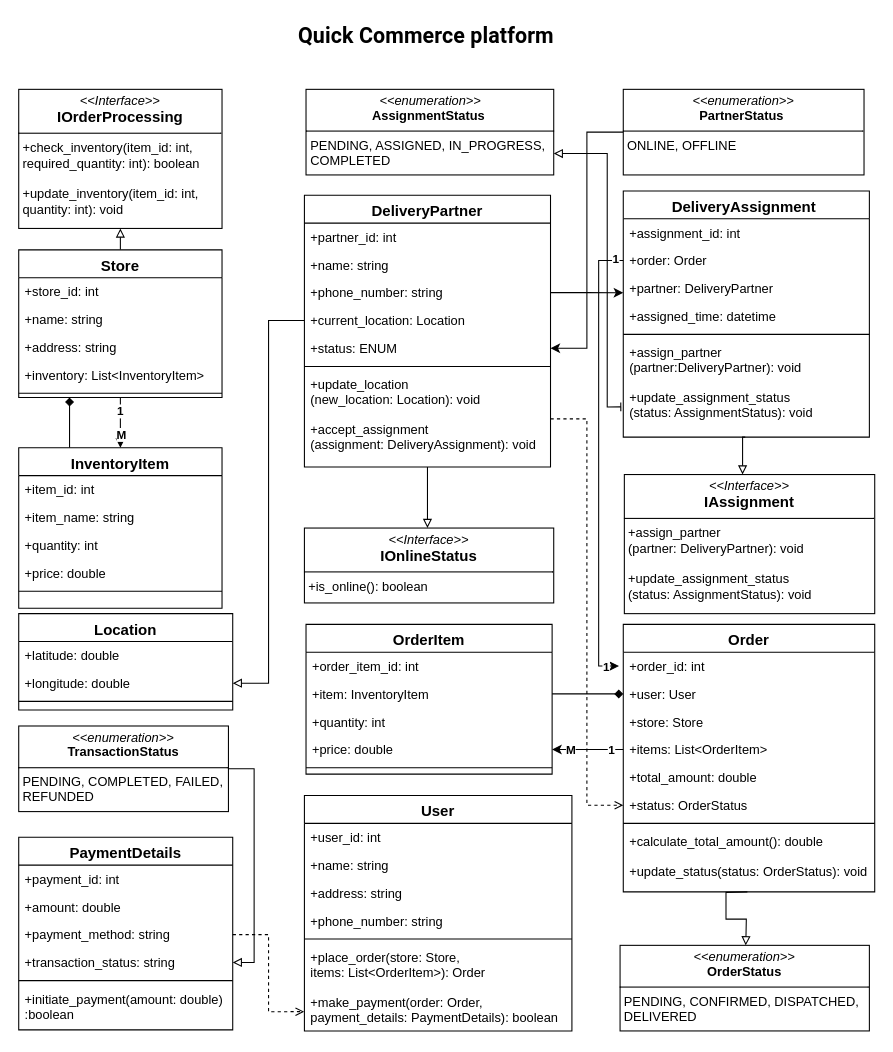
Before: Quick Commerce platform Class Diagram.drawio in geeky-sanjay/class-diagrams, a draw.io diagram. Source tidied: cells renumbered, new cells numbered last; positions are measured from the earlier drawing's top-left corner, leaving out a move shared by most shapes. Both pictures are drawn from the tidied source at 107%, with x=0, y=0 at pixel (18, 18).
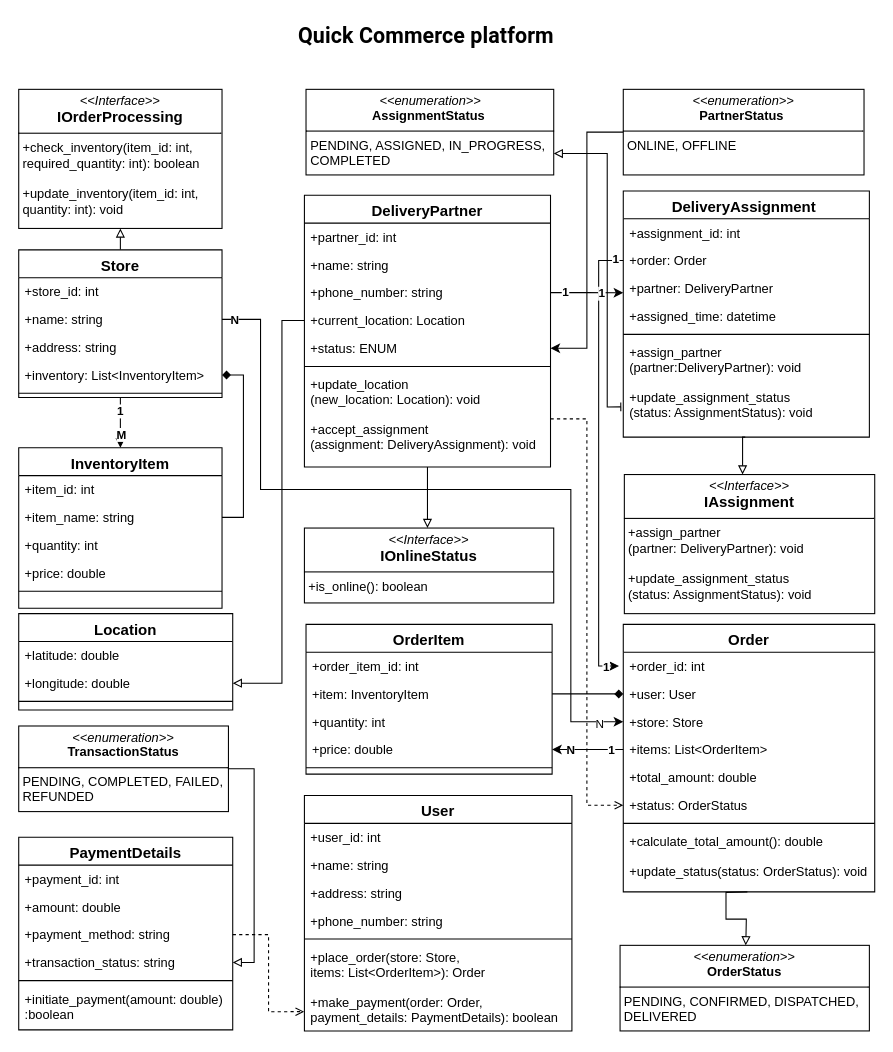
After the change.

Unchanged cells that the change refers to:
```xml
<mxCell id="6" value="Store " style="swimlane;fontStyle=1;align=center;verticalAlign=top;horizontal=1;startSize=26;rounded=0;shadow=0;strokeWidth=1;fontSize=14;" parent="1" vertex="1">
  <mxGeometry y="216" width="190" height="138" as="geometry" />
</mxCell>
<mxCell id="8" value="+name: string" style="text;align=left;verticalAlign=top;spacingLeft=4;spacingRight=4;overflow=hidden;points=[[0,0.5],[1,0.5]];portConstraint=eastwest;rounded=0;shadow=0;html=0;" parent="6" vertex="1">
  <mxGeometry y="52" width="190" height="26" as="geometry" />
</mxCell>
<mxCell id="10" value="+inventory: List&lt;InventoryItem&gt;" style="text;align=left;verticalAlign=top;spacingLeft=4;spacingRight=4;overflow=hidden;points=[[0,0.5],[1,0.5]];portConstraint=eastwest;rounded=0;shadow=0;html=0;" parent="6" vertex="1">
  <mxGeometry y="104" width="190" height="26" as="geometry" />
</mxCell>
<mxCell id="13" value="InventoryItem " style="swimlane;fontStyle=1;align=center;verticalAlign=top;horizontal=1;startSize=26;rounded=0;shadow=0;strokeWidth=1;fontSize=14;" parent="1" vertex="1">
  <mxGeometry y="401" width="190" height="150" as="geometry" />
</mxCell>
<mxCell id="15" value="+item_name: string" style="text;align=left;verticalAlign=top;spacingLeft=4;spacingRight=4;overflow=hidden;points=[[0,0.5],[1,0.5]];portConstraint=eastwest;rounded=0;shadow=0;html=0;" parent="13" vertex="1">
  <mxGeometry y="52" width="190" height="26" as="geometry" />
</mxCell>
<mxCell id="24" style="edgeStyle=orthogonalEdgeStyle;rounded=0;jettySize=auto;html=1;exitX=1;exitY=0.5;exitDx=0;exitDy=0;" parent="21" edge="1" source="25">
  <mxGeometry relative="1" as="geometry">
    <mxPoint x="298" y="91.2" as="targetPoint" />
  </mxGeometry>
</mxCell>
<mxCell id="26" value="+current_location: Location" style="text;align=left;verticalAlign=top;spacingLeft=4;spacingRight=4;overflow=hidden;points=[[0,0.5],[1,0.5]];portConstraint=eastwest;rounded=0;shadow=0;html=0;" parent="21" vertex="1">
  <mxGeometry y="104" width="230" height="26" as="geometry" />
</mxCell>
<mxCell id="43" value="+store: Store" style="text;align=left;verticalAlign=top;spacingLeft=4;spacingRight=4;overflow=hidden;points=[[0,0.5],[1,0.5]];portConstraint=eastwest;rounded=0;shadow=0;html=0;" parent="40" vertex="1">
  <mxGeometry y="78" width="235" height="26" as="geometry" />
</mxCell>
<mxCell id="64" value="+longitude: double" style="text;align=left;verticalAlign=top;spacingLeft=4;spacingRight=4;overflow=hidden;points=[[0,0.5],[1,0.5]];portConstraint=eastwest;rounded=0;shadow=0;html=0;" parent="62" vertex="1">
  <mxGeometry y="52" width="200" height="26" as="geometry" />
</mxCell>
<mxCell id="77" style="edgeStyle=orthogonalEdgeStyle;rounded=0;jettySize=auto;html=1;exitX=0;exitY=0.5;exitDx=0;exitDy=0;entryX=1;entryY=0.5;entryDx=0;entryDy=0;" parent="1" edge="1" source="44" target="53">
  <mxGeometry relative="1" as="geometry" />
</mxCell>
<mxCell id="86" style="edgeStyle=orthogonalEdgeStyle;rounded=0;jettySize=auto;html=1;exitX=0;exitY=0.5;exitDx=0;exitDy=0;entryX=0;entryY=0.5;entryDx=0;entryDy=0;" parent="1" edge="1" source="33">
  <mxGeometry relative="1" as="geometry">
    <mxPoint x="561" y="605" as="targetPoint" />
    <Array as="points">
      <mxPoint x="542" y="226" />
      <mxPoint x="542" y="605" />
    </Array>
  </mxGeometry>
</mxCell>
```

Change to the diagram source:
```diff
@@
-    <mxCell id="12" style="edgeStyle=orthogonalEdgeStyle;rounded=0;jettySize=auto;html=1;exitX=0.25;exitY=0;exitDx=0;exitDy=0;endArrow=diamond;endFill=1;entryX=0.25;entryY=1;entryDx=0;entryDy=0;" parent="1" edge="1" source="13" target="6">
-      <mxGeometry relative="1" as="geometry" />
-    </mxCell>
@@
+    <mxCell id="92" value="&lt;b&gt;1&lt;/b&gt;" style="edgeLabel;html=1;align=center;verticalAlign=middle;" parent="24" vertex="1">
+      <mxGeometry x="-0.59" y="1" relative="1" as="geometry">
+        <mxPoint x="-1" as="offset" />
+      </mxGeometry>
+    </mxCell>
@@
-    <mxCell id="79" value="M" style="edgeLabel;html=1;align=center;verticalAlign=middle;fontStyle=1;" parent="77" vertex="1">
+    <mxCell id="79" value="N" style="edgeLabel;html=1;align=center;verticalAlign=middle;fontStyle=1;" parent="77" vertex="1">
       <mxGeometry x="0.5" relative="1" as="geometry" />
     </mxCell>
@@
     <mxCell id="85" style="edgeStyle=orthogonalEdgeStyle;rounded=0;jettySize=auto;html=1;exitX=0;exitY=0.5;exitDx=0;exitDy=0;entryX=1;entryY=0.5;entryDx=0;entryDy=0;endArrow=block;endFill=0;" parent="1" edge="1" source="26" target="64">
-      <mxGeometry relative="1" as="geometry" />
+      <mxGeometry relative="1" as="geometry">
+        <Array as="points">
+          <mxPoint x="246" y="282" />
+          <mxPoint x="246" y="621" />
+        </Array>
+      </mxGeometry>
     </mxCell>
@@
+    <mxCell id="93" value="&lt;b&gt;1&lt;/b&gt;" style="edgeLabel;html=1;align=center;verticalAlign=middle;" parent="86" vertex="1">
+      <mxGeometry x="-0.75" y="2" relative="1" as="geometry" />
+    </mxCell>
@@
+    <mxCell id="94" style="edgeStyle=orthogonalEdgeStyle;rounded=0;jettySize=auto;html=1;exitX=1;exitY=0.5;exitDx=0;exitDy=0;entryX=1;entryY=0.5;entryDx=0;entryDy=0;endArrow=diamond;endFill=1;" parent="1" edge="1" source="15" target="10">
+      <mxGeometry relative="1" as="geometry" />
+    </mxCell>
+    <mxCell id="95" style="edgeStyle=orthogonalEdgeStyle;rounded=0;jettySize=auto;html=1;exitX=1;exitY=0.5;exitDx=0;exitDy=0;entryX=0;entryY=0.5;entryDx=0;entryDy=0;" parent="1" edge="1" source="8" target="43">
+      <mxGeometry relative="1" as="geometry">
+        <Array as="points">
+          <mxPoint x="226" y="281" />
+          <mxPoint x="226" y="440" />
+          <mxPoint x="516" y="440" />
+          <mxPoint x="516" y="657" />
+        </Array>
+      </mxGeometry>
+    </mxCell>
+    <mxCell id="96" value="&lt;b&gt;N&lt;/b&gt;" style="edgeLabel;html=1;align=center;verticalAlign=middle;" parent="95" vertex="1">
+      <mxGeometry x="-0.97" relative="1" as="geometry" />
+    </mxCell>
+    <mxCell id="97" value="N" style="edgeLabel;html=1;align=center;verticalAlign=middle;" parent="95" vertex="1">
+      <mxGeometry x="0.94" y="-1" relative="1" as="geometry" />
+    </mxCell>
```
